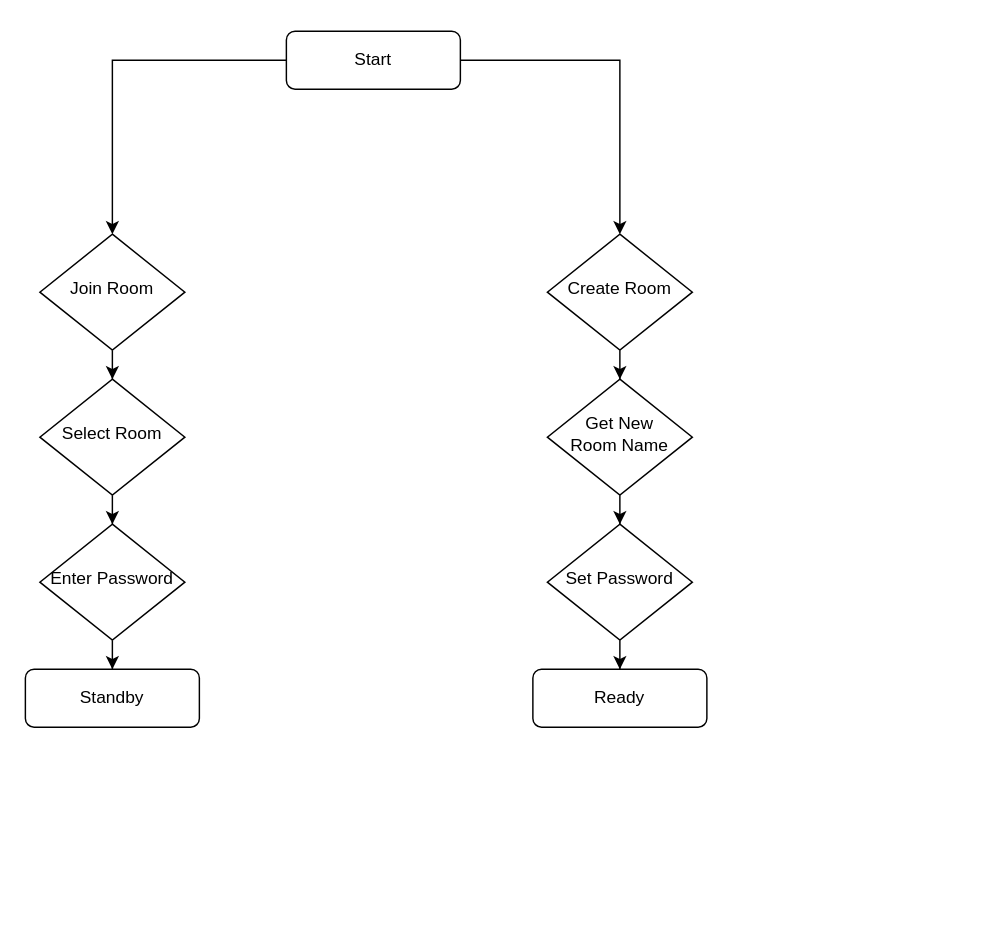
Above: static/charts/argos-parent-flow.drawio in screensavers-club/argos-docs (draw.io), before the change. Source tidied: cells renumbered, new cells numbered last; positions are measured from the earlier drawing's top-left corner, leaving out a move shared by most shapes. Both pictures are drawn from the tidied source at 145%, with x=0, y=0 at pixel (25, 30).
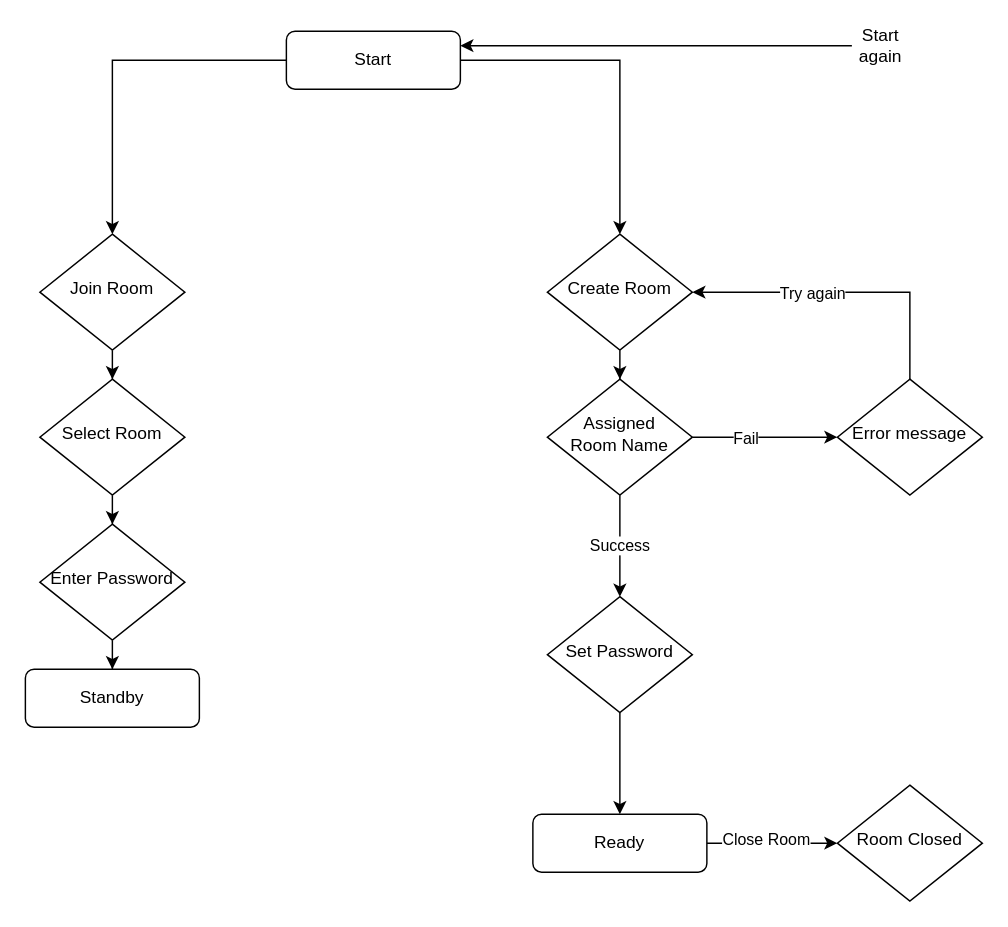
The same page after the edit.

Unchanged cells that the change refers to:
```xml
<mxCell id="4" value="Start" style="rounded=1;whiteSpace=wrap;html=1;fontSize=12;glass=0;strokeWidth=1;shadow=0;" parent="1" vertex="1">
  <mxGeometry x="180" width="120" height="40" as="geometry" />
</mxCell>
<mxCell id="10" value="Create Room" style="rhombus;whiteSpace=wrap;html=1;shadow=0;fontFamily=Helvetica;fontSize=12;align=center;strokeWidth=1;spacing=6;spacingTop=-4;" parent="1" vertex="1">
  <mxGeometry x="360" y="140" width="100" height="80" as="geometry" />
</mxCell>
```

Change to the diagram source:
```diff
@@
-    <mxCell id="14" style="edgeStyle=orthogonalEdgeStyle;rounded=0;jettySize=auto;html=1;entryX=0.5;entryY=0;entryDx=0;entryDy=0;" parent="1" edge="1" source="15" target="17">
+    <mxCell id="14" value="Success" style="edgeStyle=orthogonalEdgeStyle;rounded=0;jettySize=auto;html=1;entryX=0.5;entryY=0;entryDx=0;entryDy=0;" parent="1" edge="1" source="15" target="17">
       <mxGeometry relative="1" as="geometry" />
     </mxCell>
+    <mxCell id="19" style="edgeStyle=orthogonalEdgeStyle;rounded=0;jettySize=auto;html=1;entryX=0;entryY=0.5;entryDx=0;entryDy=0;" parent="1" edge="1" source="15" target="25">
+      <mxGeometry relative="1" as="geometry" />
+    </mxCell>
+    <mxCell id="20" value="Fail" style="edgeLabel;html=1;align=center;verticalAlign=middle;" parent="19" vertex="1">
+      <mxGeometry x="-0.29" relative="1" as="geometry" />
+    </mxCell>
-    <mxCell id="15" value="Get New&lt;br&gt;Room Name" style="rhombus;whiteSpace=wrap;html=1;shadow=0;fontFamily=Helvetica;fontSize=12;align=center;strokeWidth=1;spacing=6;spacingTop=-4;" parent="1" vertex="1">
+    <mxCell id="15" value="Assigned&lt;br&gt;Room Name" style="rhombus;whiteSpace=wrap;html=1;shadow=0;fontFamily=Helvetica;fontSize=12;align=center;strokeWidth=1;spacing=6;spacingTop=-4;" parent="1" vertex="1">
       <mxGeometry x="360" y="240" width="100" height="80" as="geometry" />
     </mxCell>
@@
     <mxCell id="17" value="Set Password" style="rhombus;whiteSpace=wrap;html=1;shadow=0;fontFamily=Helvetica;fontSize=12;align=center;strokeWidth=1;spacing=6;spacingTop=-4;" parent="1" vertex="1">
-      <mxGeometry x="360" y="340" width="100" height="80" as="geometry" />
+      <mxGeometry x="360" y="390" width="100" height="80" as="geometry" />
     </mxCell>
+    <mxCell id="21" style="edgeStyle=orthogonalEdgeStyle;rounded=0;jettySize=auto;html=1;entryX=0;entryY=0.5;entryDx=0;entryDy=0;" parent="1" edge="1" source="18" target="28">
+      <mxGeometry relative="1" as="geometry" />
+    </mxCell>
+    <mxCell id="22" value="Close Room" style="edgeLabel;html=1;align=center;verticalAlign=middle;" parent="21" vertex="1">
+      <mxGeometry x="-0.12" y="3" relative="1" as="geometry" />
+    </mxCell>
     <mxCell id="18" value="Ready" style="rounded=1;whiteSpace=wrap;html=1;fontSize=12;glass=0;strokeWidth=1;shadow=0;" parent="1" vertex="1">
-      <mxGeometry x="350" y="440" width="120" height="40" as="geometry" />
+      <mxGeometry x="350" y="540" width="120" height="40" as="geometry" />
     </mxCell>
+    <mxCell id="23" style="edgeStyle=orthogonalEdgeStyle;rounded=0;jettySize=auto;html=1;exitX=0.5;exitY=0;exitDx=0;exitDy=0;entryX=1;entryY=0.5;entryDx=0;entryDy=0;" parent="1" edge="1" source="25" target="10">
+      <mxGeometry relative="1" as="geometry" />
+    </mxCell>
+    <mxCell id="24" value="Try again" style="edgeLabel;html=1;align=center;verticalAlign=middle;" parent="23" vertex="1">
+      <mxGeometry x="0.1" relative="1" as="geometry">
+        <mxPoint x="-12" as="offset" />
+      </mxGeometry>
+    </mxCell>
+    <mxCell id="25" value="Error message" style="rhombus;whiteSpace=wrap;html=1;shadow=0;fontFamily=Helvetica;fontSize=12;align=center;strokeWidth=1;spacing=6;spacingTop=-4;" parent="1" vertex="1">
+      <mxGeometry x="560" y="240" width="100" height="80" as="geometry" />
+    </mxCell>
+    <mxCell id="26" style="edgeStyle=orthogonalEdgeStyle;rounded=0;jettySize=auto;html=1;entryX=1;entryY=0.25;entryDx=0;entryDy=0;" parent="1" edge="1" source="27" target="4">
+      <mxGeometry relative="1" as="geometry" />
+    </mxCell>
+    <mxCell id="27" value="Start again" style="text;html=1;strokeColor=none;fillColor=none;align=center;verticalAlign=middle;whiteSpace=wrap;rounded=0;" parent="1" vertex="1">
+      <mxGeometry x="570" width="40" height="20" as="geometry" />
+    </mxCell>
+    <mxCell id="28" value="Room Closed" style="rhombus;whiteSpace=wrap;html=1;shadow=0;fontFamily=Helvetica;fontSize=12;align=center;strokeWidth=1;spacing=6;spacingTop=-4;" parent="1" vertex="1">
+      <mxGeometry x="560" y="520" width="100" height="80" as="geometry" />
+    </mxCell>
```
